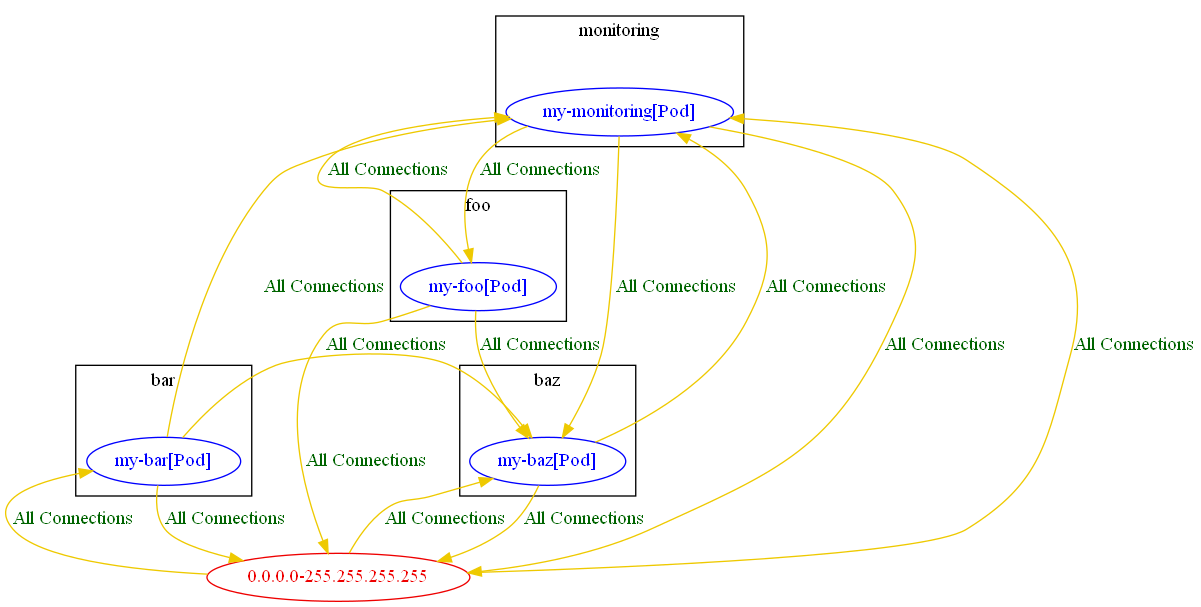
Above: test_outputs/connlist/anp_banp_blog_demo_connlist_output.dot.png in np-guard/netpol-analyzer (Graphviz), before the change. Its source is kept beside it as test_outputs/connlist/anp_banp_blog_demo_connlist_output.dot. The source it was exported from:
```dot
digraph {
	subgraph "cluster_bar" {
		color="black"
		fontcolor="black"
		"bar/mybar[Pod]" [label="mybar[Pod]" color="blue" fontcolor="blue"]
		label="bar"
	}
	subgraph "cluster_baz" {
		color="black"
		fontcolor="black"
		"baz/mybaz[Pod]" [label="mybaz[Pod]" color="blue" fontcolor="blue"]
		label="baz"
	}
	subgraph "cluster_foo" {
		color="black"
		fontcolor="black"
		"foo/myfoo[Pod]" [label="myfoo[Pod]" color="blue" fontcolor="blue"]
		label="foo"
	}
	subgraph "cluster_monitoring" {
		color="black"
		fontcolor="black"
		"monitoring/mymonitoring[Pod]" [label="mymonitoring[Pod]" color="blue" fontcolor="blue"]
		label="monitoring"
	}
	"0.0.0.0-255.255.255.255" [label="0.0.0.0-255.255.255.255" color="red2" fontcolor="red2"]
	"0.0.0.0-255.255.255.255" -> "bar/mybar[Pod]" [label="All Connections" color="gold2" fontcolor="darkgreen" weight=0.5]
	"0.0.0.0-255.255.255.255" -> "baz/mybaz[Pod]" [label="All Connections" color="gold2" fontcolor="darkgreen" weight=0.5]
	"0.0.0.0-255.255.255.255" -> "monitoring/mymonitoring[Pod]" [label="All Connections" color="gold2" fontcolor="darkgreen" weight=0.5]
	"bar/mybar[Pod]" -> "0.0.0.0-255.255.255.255" [label="All Connections" color="gold2" fontcolor="darkgreen" weight=1]
	"bar/mybar[Pod]" -> "baz/mybaz[Pod]" [label="All Connections" color="gold2" fontcolor="darkgreen" weight=0.5]
	"bar/mybar[Pod]" -> "monitoring/mymonitoring[Pod]" [label="All Connections" color="gold2" fontcolor="darkgreen" weight=0.5]
	"baz/mybaz[Pod]" -> "0.0.0.0-255.255.255.255" [label="All Connections" color="gold2" fontcolor="darkgreen" weight=1]
	"baz/mybaz[Pod]" -> "monitoring/mymonitoring[Pod]" [label="All Connections" color="gold2" fontcolor="darkgreen" weight=0.5]
	"foo/myfoo[Pod]" -> "0.0.0.0-255.255.255.255" [label="All Connections" color="gold2" fontcolor="darkgreen" weight=1]
	"foo/myfoo[Pod]" -> "baz/mybaz[Pod]" [label="All Connections" color="gold2" fontcolor="darkgreen" weight=1]
	"foo/myfoo[Pod]" -> "monitoring/mymonitoring[Pod]" [label="All Connections" color="gold2" fontcolor="darkgreen" weight=0.5]
	"monitoring/mymonitoring[Pod]" -> "0.0.0.0-255.255.255.255" [label="All Connections" color="gold2" fontcolor="darkgreen" weight=1]
	"monitoring/mymonitoring[Pod]" -> "baz/mybaz[Pod]" [label="All Connections" color="gold2" fontcolor="darkgreen" weight=1]
	"monitoring/mymonitoring[Pod]" -> "foo/myfoo[Pod]" [label="All Connections" color="gold2" fontcolor="darkgreen" weight=1]
}
```
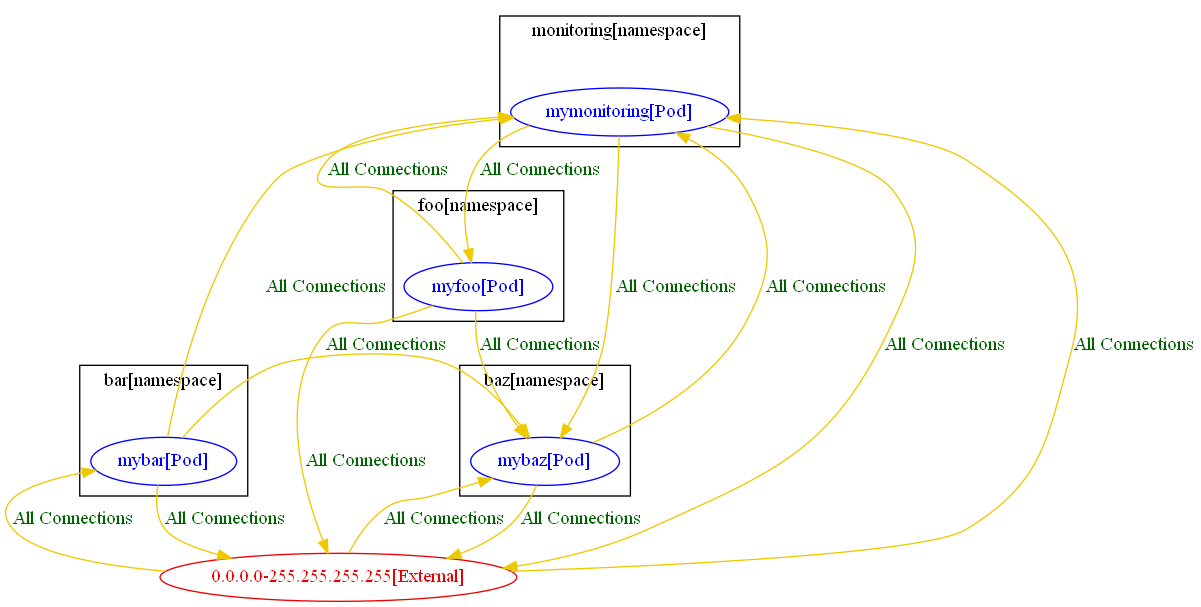
After the change.

What changed in the source:
```diff
@@ -1,41 +1,41 @@
 digraph {
-	subgraph "cluster_bar" {
+	subgraph "cluster_bar[namespace]" {
 		color="black"
 		fontcolor="black"
 		"bar/mybar[Pod]" [label="mybar[Pod]" color="blue" fontcolor="blue"]
-		label="bar"
+		label="bar[namespace]"
 	}
-	subgraph "cluster_baz" {
+	subgraph "cluster_baz[namespace]" {
 		color="black"
 		fontcolor="black"
 		"baz/mybaz[Pod]" [label="mybaz[Pod]" color="blue" fontcolor="blue"]
-		label="baz"
+		label="baz[namespace]"
 	}
-	subgraph "cluster_foo" {
+	subgraph "cluster_foo[namespace]" {
 		color="black"
 		fontcolor="black"
 		"foo/myfoo[Pod]" [label="myfoo[Pod]" color="blue" fontcolor="blue"]
-		label="foo"
+		label="foo[namespace]"
 	}
-	subgraph "cluster_monitoring" {
+	subgraph "cluster_monitoring[namespace]" {
 		color="black"
 		fontcolor="black"
 		"monitoring/mymonitoring[Pod]" [label="mymonitoring[Pod]" color="blue" fontcolor="blue"]
-		label="monitoring"
+		label="monitoring[namespace]"
 	}
-	"0.0.0.0-255.255.255.255" [label="0.0.0.0-255.255.255.255" color="red2" fontcolor="red2"]
-	"0.0.0.0-255.255.255.255" -> "bar/mybar[Pod]" [label="All Connections" color="gold2" fontcolor="darkgreen" weight=0.5]
-	"0.0.0.0-255.255.255.255" -> "baz/mybaz[Pod]" [label="All Connections" color="gold2" fontcolor="darkgreen" weight=0.5]
-	"0.0.0.0-255.255.255.255" -> "monitoring/mymonitoring[Pod]" [label="All Connections" color="gold2" fontcolor="darkgreen" weight=0.5]
-	"bar/mybar[Pod]" -> "0.0.0.0-255.255.255.255" [label="All Connections" color="gold2" fontcolor="darkgreen" weight=1]
+	"0.0.0.0-255.255.255.255[External]" [label="0.0.0.0-255.255.255.255[External]" color="red2" fontcolor="red2"]
+	"0.0.0.0-255.255.255.255[External]" -> "bar/mybar[Pod]" [label="All Connections" color="gold2" fontcolor="darkgreen" weight=0.5]
+	"0.0.0.0-255.255.255.255[External]" -> "baz/mybaz[Pod]" [label="All Connections" color="gold2" fontcolor="darkgreen" weight=0.5]
+	"0.0.0.0-255.255.255.255[External]" -> "monitoring/mymonitoring[Pod]" [label="All Connections" color="gold2" fontcolor="darkgreen" weight=0.5]
+	"bar/mybar[Pod]" -> "0.0.0.0-255.255.255.255[External]" [label="All Connections" color="gold2" fontcolor="darkgreen" weight=1]
 	"bar/mybar[Pod]" -> "baz/mybaz[Pod]" [label="All Connections" color="gold2" fontcolor="darkgreen" weight=0.5]
 	"bar/mybar[Pod]" -> "monitoring/mymonitoring[Pod]" [label="All Connections" color="gold2" fontcolor="darkgreen" weight=0.5]
-	"baz/mybaz[Pod]" -> "0.0.0.0-255.255.255.255" [label="All Connections" color="gold2" fontcolor="darkgreen" weight=1]
+	"baz/mybaz[Pod]" -> "0.0.0.0-255.255.255.255[External]" [label="All Connections" color="gold2" fontcolor="darkgreen" weight=1]
 	"baz/mybaz[Pod]" -> "monitoring/mymonitoring[Pod]" [label="All Connections" color="gold2" fontcolor="darkgreen" weight=0.5]
-	"foo/myfoo[Pod]" -> "0.0.0.0-255.255.255.255" [label="All Connections" color="gold2" fontcolor="darkgreen" weight=1]
+	"foo/myfoo[Pod]" -> "0.0.0.0-255.255.255.255[External]" [label="All Connections" color="gold2" fontcolor="darkgreen" weight=1]
 	"foo/myfoo[Pod]" -> "baz/mybaz[Pod]" [label="All Connections" color="gold2" fontcolor="darkgreen" weight=1]
 	"foo/myfoo[Pod]" -> "monitoring/mymonitoring[Pod]" [label="All Connections" color="gold2" fontcolor="darkgreen" weight=0.5]
-	"monitoring/mymonitoring[Pod]" -> "0.0.0.0-255.255.255.255" [label="All Connections" color="gold2" fontcolor="darkgreen" weight=1]
+	"monitoring/mymonitoring[Pod]" -> "0.0.0.0-255.255.255.255[External]" [label="All Connections" color="gold2" fontcolor="darkgreen" weight=1]
 	"monitoring/mymonitoring[Pod]" -> "baz/mybaz[Pod]" [label="All Connections" color="gold2" fontcolor="darkgreen" weight=1]
 	"monitoring/mymonitoring[Pod]" -> "foo/myfoo[Pod]" [label="All Connections" color="gold2" fontcolor="darkgreen" weight=1]
 }
```
